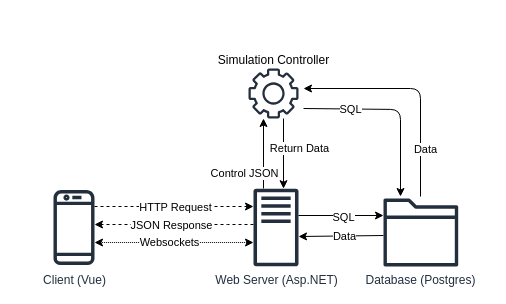
Above: Chapters/DocumentedDesignMedia/architecture_diagram.drawio in HWField/NEAComputerScienceReport-ALevel- (draw.io), before the change. Source tidied: cells renumbered, new cells numbered last; positions are measured from the earlier drawing's top-left corner, leaving out a move shared by most shapes. Both pictures are drawn from the tidied source at 100%, with x=0, y=0 at pixel (53, 68).
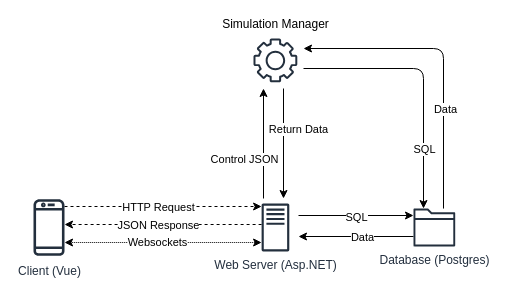
After the change.

What changed in the source:
```diff
@@
     <mxCell id="4" value="Client (Vue)" style="sketch=0;outlineConnect=0;fontColor=#232F3E;gradientColor=none;fillColor=#232F3D;strokeColor=none;dashed=0;verticalLabelPosition=bottom;verticalAlign=top;align=center;html=1;fontSize=12;fontStyle=0;shape=mxgraph.aws4.mobile_client;" parent="1" vertex="1">
-      <mxGeometry y="120" width="41" height="78" as="geometry" />
+      <mxGeometry x="-20" y="129.5" width="31" height="59" as="geometry" />
     </mxCell>
@@
     <mxCell id="9" style="edgeStyle=none;html=1;" parent="1" edge="1">
       <mxGeometry relative="1" as="geometry">
-        <mxPoint x="210" y="120" as="sourcePoint" />
-        <mxPoint x="210" y="50" as="targetPoint" />
+        <mxPoint x="210" y="130" as="sourcePoint" />
+        <mxPoint x="210" y="20" as="targetPoint" />
       </mxGeometry>
     </mxCell>
     <mxCell id="10" value="Control JSON" style="edgeLabel;html=1;align=center;verticalAlign=middle;fontFamily=Helvetica;fontSize=11;fontColor=default;labelBackgroundColor=default;" parent="9" vertex="1">
       <mxGeometry x="-0.39" relative="1" as="geometry">
-        <mxPoint x="-20" y="5" as="offset" />
+        <mxPoint x="-20" y="-6" as="offset" />
       </mxGeometry>
     </mxCell>
     <mxCell id="11" value="Web Server (Asp.NET)" style="outlineConnect=0;fontColor=#232F3E;gradientColor=none;fillColor=#232F3D;strokeColor=none;dashed=0;verticalLabelPosition=bottom;verticalAlign=top;align=center;html=1;fontSize=12;fontStyle=0;shape=mxgraph.aws4.traditional_server;strokeWidth=9;" parent="1" vertex="1">
-      <mxGeometry x="200" y="120" width="45" height="78" as="geometry" />
+      <mxGeometry x="208.1" y="135" width="27.7" height="48" as="geometry" />
     </mxCell>
     <mxCell id="12" style="edgeStyle=none;html=1;" parent="1" edge="1">
       <mxGeometry relative="1" as="geometry">
-        <mxPoint x="330" y="167" as="sourcePoint" />
+        <mxPoint x="360" y="168" as="sourcePoint" />
         <mxPoint x="245" y="168" as="targetPoint" />
       </mxGeometry>
     </mxCell>
@@
-    <mxCell id="14" style="edgeStyle=none;html=1;" parent="1" edge="1">
+    <mxCell id="14" style="edgeStyle=elbowEdgeStyle;html=1;" parent="1" edge="1" source="16">
       <mxGeometry relative="1" as="geometry">
-        <mxPoint x="367" y="128" as="sourcePoint" />
-        <mxPoint x="250" y="20" as="targetPoint" />
+        <mxPoint x="250" y="-20" as="targetPoint" />
         <Array as="points">
-          <mxPoint x="367" y="20" />
+          <mxPoint x="390" y="40" />
         </Array>
       </mxGeometry>
     </mxCell>
@@
     <mxCell id="16" value="Database (Postgres)" style="sketch=0;outlineConnect=0;fontColor=#232F3E;gradientColor=none;fillColor=#232F3D;strokeColor=none;dashed=0;verticalLabelPosition=bottom;verticalAlign=top;align=center;html=1;fontSize=12;fontStyle=0;shape=mxgraph.aws4.folder;" parent="1" vertex="1">
-      <mxGeometry x="330" y="130" width="74.7" height="68" as="geometry" />
+      <mxGeometry x="360" y="140" width="41.7" height="38" as="geometry" />
     </mxCell>
-    <mxCell id="17" value="Simulation Controller" style="sketch=0;gradientColor=none;fillColor=#232F3D;strokeColor=none;dashed=0;verticalLabelPosition=bottom;verticalAlign=top;align=center;shape=mxgraph.aws4.gear;html=1;spacingTop=0;spacingBottom=0;spacing=-70;" parent="1" vertex="1">
-      <mxGeometry x="195" width="50" height="50" as="geometry" />
+    <mxCell id="17" value="Simulation Manager" style="sketch=0;gradientColor=none;fillColor=#232F3D;strokeColor=none;dashed=0;verticalLabelPosition=bottom;verticalAlign=top;align=center;shape=mxgraph.aws4.gear;html=1;spacingTop=0;spacingBottom=0;spacing=-70;" parent="1" vertex="1">
+      <mxGeometry x="200" y="-30" width="43.8" height="43.8" as="geometry" />
     </mxCell>
     <mxCell id="18" style="edgeStyle=none;html=1;rounded=0;curved=0;" parent="1" edge="1">
       <mxGeometry relative="1" as="geometry">
         <mxPoint x="245" y="147" as="sourcePoint" />
-        <mxPoint x="330" y="147" as="targetPoint" />
+        <mxPoint x="360" y="147" as="targetPoint" />
       </mxGeometry>
     </mxCell>
@@
-    <mxCell id="20" style="edgeStyle=none;html=1;startArrow=classic;startFill=1;endArrow=none;endFill=0;" parent="1" edge="1">
+    <mxCell id="20" style="edgeStyle=elbowEdgeStyle;html=1;startArrow=classic;startFill=1;endArrow=none;endFill=0;" parent="1" edge="1" source="16">
       <mxGeometry relative="1" as="geometry">
-        <mxPoint x="347" y="128" as="sourcePoint" />
-        <mxPoint x="250" y="40" as="targetPoint" />
+        <mxPoint x="250" as="targetPoint" />
         <Array as="points">
-          <mxPoint x="347" y="41" />
+          <mxPoint x="370" y="50" />
         </Array>
       </mxGeometry>
     </mxCell>
     <mxCell id="21" value="SQL" style="edgeLabel;html=1;align=center;verticalAlign=middle;" parent="20" vertex="1">
       <mxGeometry x="0.48" y="-2" relative="1" as="geometry">
-        <mxPoint x="-2" y="2" as="offset" />
+        <mxPoint x="52" y="82" as="offset" />
       </mxGeometry>
     </mxCell>
     <mxCell id="22" style="edgeStyle=none;html=1;startArrow=classic;startFill=1;endArrow=none;endFill=0;" parent="1" edge="1">
       <mxGeometry relative="1" as="geometry">
-        <mxPoint x="230" y="120.2" as="sourcePoint" />
-        <mxPoint x="230" y="50" as="targetPoint" />
+        <mxPoint x="230" y="130" as="sourcePoint" />
+        <mxPoint x="230" y="20" as="targetPoint" />
       </mxGeometry>
     </mxCell>
     <mxCell id="23" value="Return Data" style="edgeLabel;html=1;align=center;verticalAlign=middle;" parent="22" vertex="1">
       <mxGeometry x="-0.21" y="1" relative="1" as="geometry">
-        <mxPoint x="16" y="-13" as="offset" />
+        <mxPoint x="15" y="-27" as="offset" />
       </mxGeometry>
     </mxCell>
```
